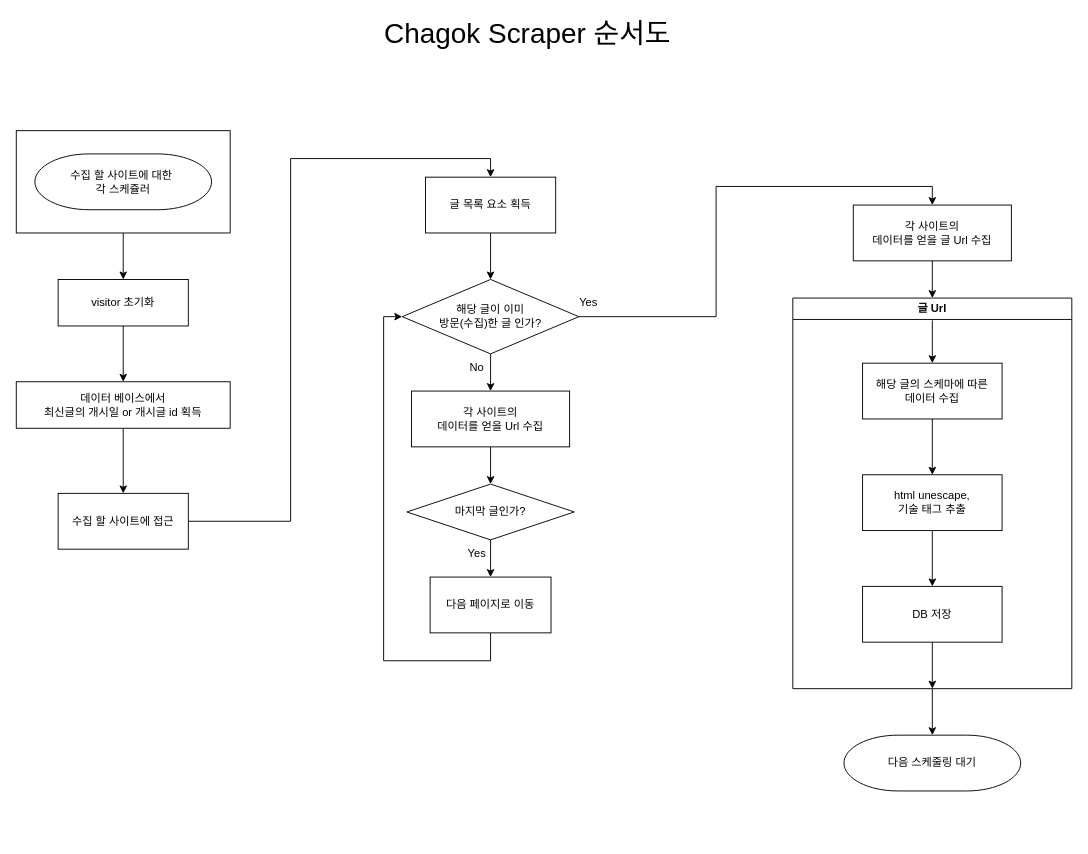
Chagok-Integrated-for-DevProject/Chagok-BackEnd-Scraper keeps this draw.io diagram as overview/scraper 순서도.drawio. Above is the earlier version. Source tidied: cells renumbered, new cells numbered last; positions are measured from the earlier drawing's top-left corner, leaving out a move shared by most shapes. Both pictures are drawn from the tidied source at 93%, with x=0, y=0 at pixel (16, 19).
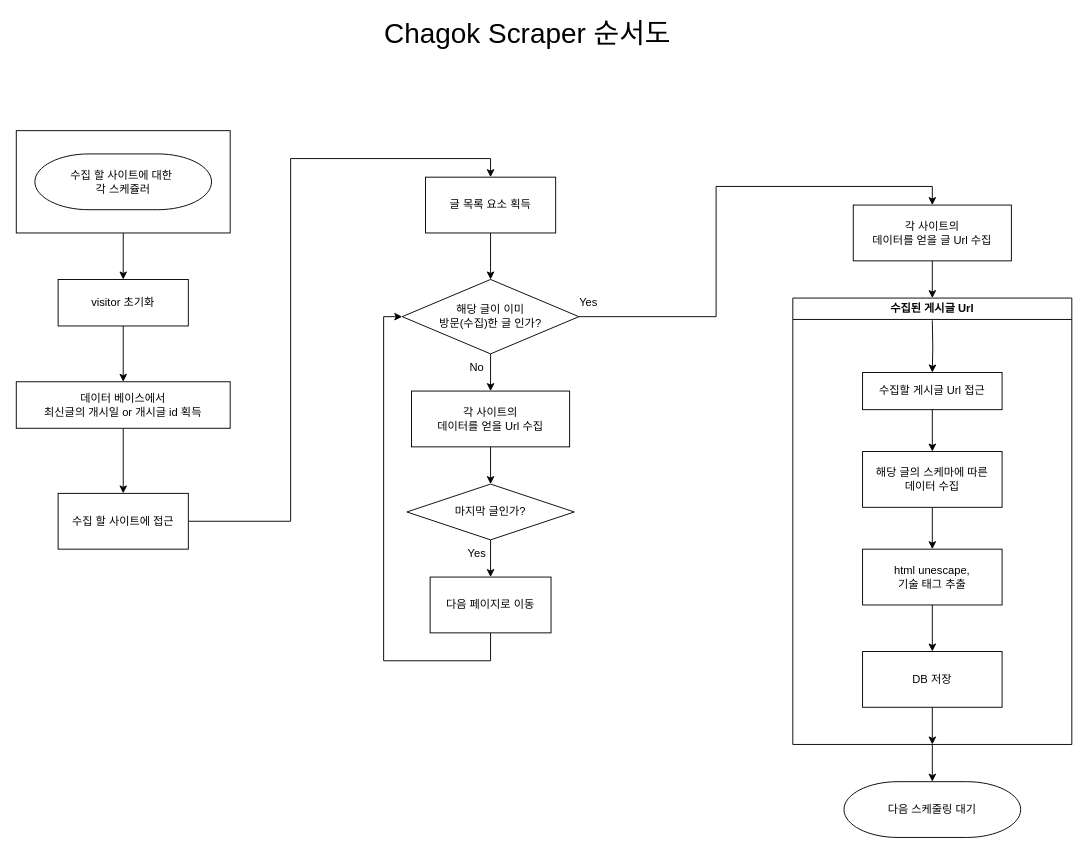
Above is the later version.

Commit message (it also covers changes not shown here):
ReadMe 수정 - scraper 순서도 수정

The edit, as a diff of the source:
```diff
@@
-    <mxCell id="8" value="글 Url" style="swimlane;whiteSpace=wrap;html=1;" parent="1" vertex="1">
-      <mxGeometry x="835" y="300" width="300" height="420" as="geometry" />
+    <mxCell id="8" value="수집된 게시글 Url" style="swimlane;whiteSpace=wrap;html=1;" parent="1" vertex="1">
+      <mxGeometry x="835" y="300" width="300" height="480" as="geometry" />
     </mxCell>
@@
     <mxCell id="10" value="&lt;div&gt;해당 글의 스케마에 따른&lt;/div&gt;&lt;div&gt;데이터 수집&lt;br&gt;&lt;/div&gt;" style="rounded=0;whiteSpace=wrap;html=1;" parent="8" vertex="1">
-      <mxGeometry x="75" y="70" width="150" height="60" as="geometry" />
+      <mxGeometry x="75" y="165" width="150" height="60" as="geometry" />
     </mxCell>
-    <mxCell id="11" style="endArrow=classic;html=1;rounded=0;entryX=0.5;entryY=0;entryDx=0;entryDy=0;" parent="8" edge="1" target="10">
-      <mxGeometry relative="1" as="geometry">
-        <mxPoint x="150" y="24" as="sourcePoint" />
-      </mxGeometry>
-    </mxCell>
@@
     <mxCell id="13" value="&lt;div&gt;html unescape, &lt;br&gt;&lt;/div&gt;&lt;div&gt;기술 태그 추출&lt;/div&gt;" style="rounded=0;whiteSpace=wrap;html=1;" parent="8" vertex="1">
-      <mxGeometry x="75" y="190" width="150" height="60" as="geometry" />
+      <mxGeometry x="75" y="270" width="150" height="60" as="geometry" />
     </mxCell>
     <mxCell id="14" value="DB 저장" style="rounded=0;whiteSpace=wrap;html=1;" parent="8" vertex="1">
-      <mxGeometry x="75" y="310" width="150" height="60" as="geometry" />
+      <mxGeometry x="75" y="380" width="150" height="60" as="geometry" />
     </mxCell>
@@
+    <mxCell id="38" style="edgeStyle=orthogonalEdgeStyle;rounded=0;jettySize=auto;html=1;" parent="8" edge="1" source="39" target="10">
+      <mxGeometry relative="1" as="geometry" />
+    </mxCell>
+    <mxCell id="39" value="수집할 게시글 Url 접근" style="rounded=0;whiteSpace=wrap;html=1;" parent="8" vertex="1">
+      <mxGeometry x="75" y="80" width="150" height="40" as="geometry" />
+    </mxCell>
+    <mxCell id="40" style="edgeStyle=orthogonalEdgeStyle;rounded=0;jettySize=auto;html=1;entryX=0.5;entryY=0;entryDx=0;entryDy=0;" parent="8" edge="1" target="39">
+      <mxGeometry relative="1" as="geometry">
+        <mxPoint x="150" y="24" as="sourcePoint" />
+      </mxGeometry>
+    </mxCell>
@@
     <mxCell id="37" value="다음 스케줄링 대기" style="strokeWidth=1;html=1;shape=mxgraph.flowchart.terminator;whiteSpace=wrap;" parent="1" vertex="1">
-      <mxGeometry x="890" y="770" width="190" height="60" as="geometry" />
+      <mxGeometry x="890" y="820" width="190" height="60" as="geometry" />
     </mxCell>
```
